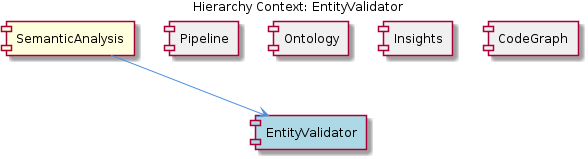
fwornle/coding keeps this PlantUML diagram as .data/knowledge-graph/insights/images/entity-validator-relationship.png. Above is the earlier version. Its source is kept beside it as .data/knowledge-graph/insights/puml/entity-validator-relationship.puml.
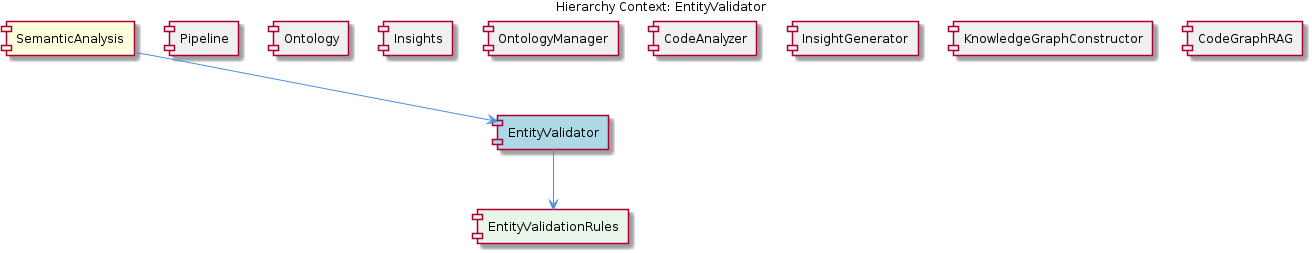
After the change.

The edit, as a diff of the source:
```diff
@@ -8,12 +8,22 @@
 [Pipeline] as pipeline #F0F0F0
 [Ontology] as ontology #F0F0F0
 [Insights] as insights #F0F0F0
-[CodeGraph] as code_graph #F0F0F0
+[OntologyManager] as ontology_manager #F0F0F0
+[CodeAnalyzer] as code_analyzer #F0F0F0
+[InsightGenerator] as insight_generator #F0F0F0
+[KnowledgeGraphConstructor] as knowledge_graph_constructor #F0F0F0
+[CodeGraphRAG] as code_graph_rag #F0F0F0
+[EntityValidationRules] as entity_validation_rules #E8F5E8
 
 semantic_analysis --> entity_validator
 pipeline -[hidden]- entity_validator
 ontology -[hidden]- entity_validator
 insights -[hidden]- entity_validator
-code_graph -[hidden]- entity_validator
+ontology_manager -[hidden]- entity_validator
+code_analyzer -[hidden]- entity_validator
+insight_generator -[hidden]- entity_validator
+knowledge_graph_constructor -[hidden]- entity_validator
+code_graph_rag -[hidden]- entity_validator
+entity_validator --> entity_validation_rules
 
 @enduml
```
